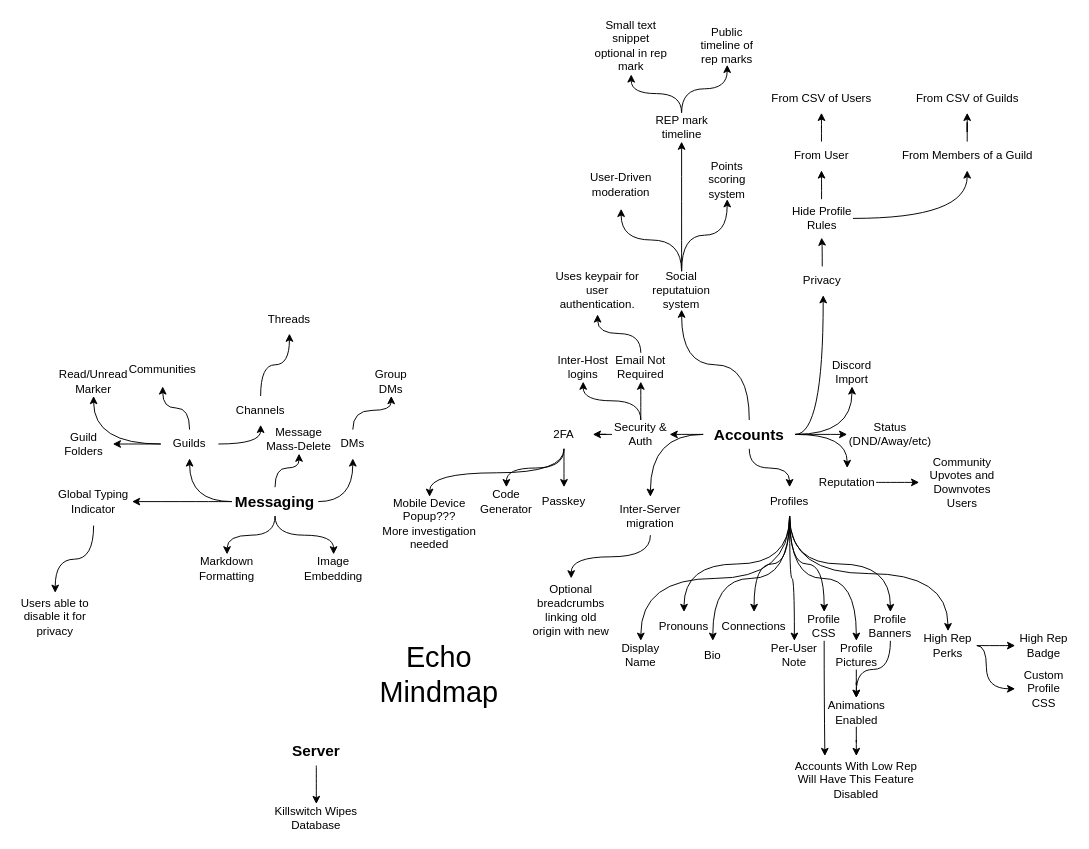
This is api/drawio/Features Brainstorm.drawio from Echo-Chat-Systems/docs, a draw.io file, before an edit. Source tidied: cells renumbered, new cells numbered last; positions are measured from the earlier drawing's top-left corner, leaving out a move shared by most shapes. Both pictures are drawn from the tidied source at 96%, with x=0, y=0 at pixel (16, 16).
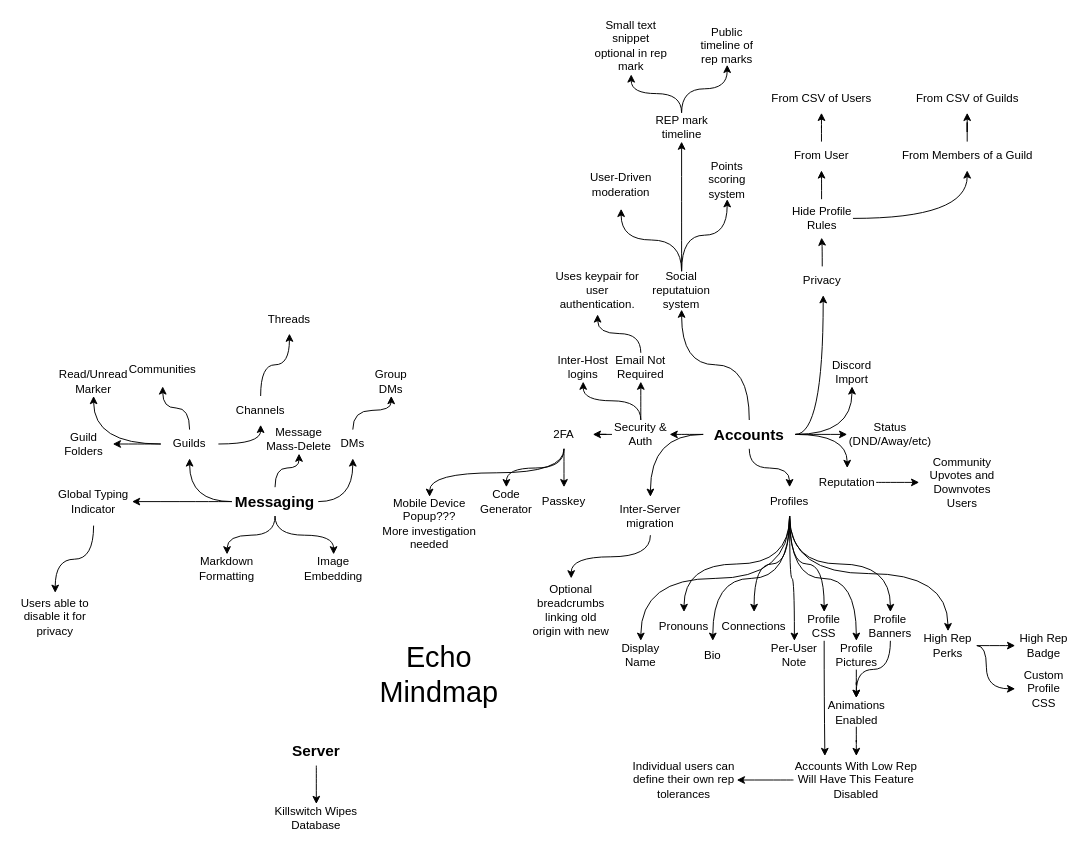
Above is the later version.

The change refers to these unchanged cells:
```xml
<mxCell id="77" value="Accounts With Low Rep Will Have This Feature Disabled" style="text;html=1;align=center;verticalAlign=middle;whiteSpace=wrap;rounded=0;" parent="1" vertex="1">
  <mxGeometry x="809" y="770" width="131" height="50" as="geometry" />
</mxCell>
```

Change to the diagram source:
```diff
@@
+    <mxCell id="116" style="edgeStyle=orthogonalEdgeStyle;rounded=0;jettySize=auto;html=1;curved=1;" parent="1" edge="1" source="77" target="117">
+      <mxGeometry relative="1" as="geometry" />
+    </mxCell>
@@
+    <mxCell id="117" value="Individual users can define their own rep tolerances" style="text;html=1;align=center;verticalAlign=middle;whiteSpace=wrap;rounded=0;" parent="1" vertex="1">
+      <mxGeometry x="640" y="770" width="110" height="50" as="geometry" />
+    </mxCell>
```
